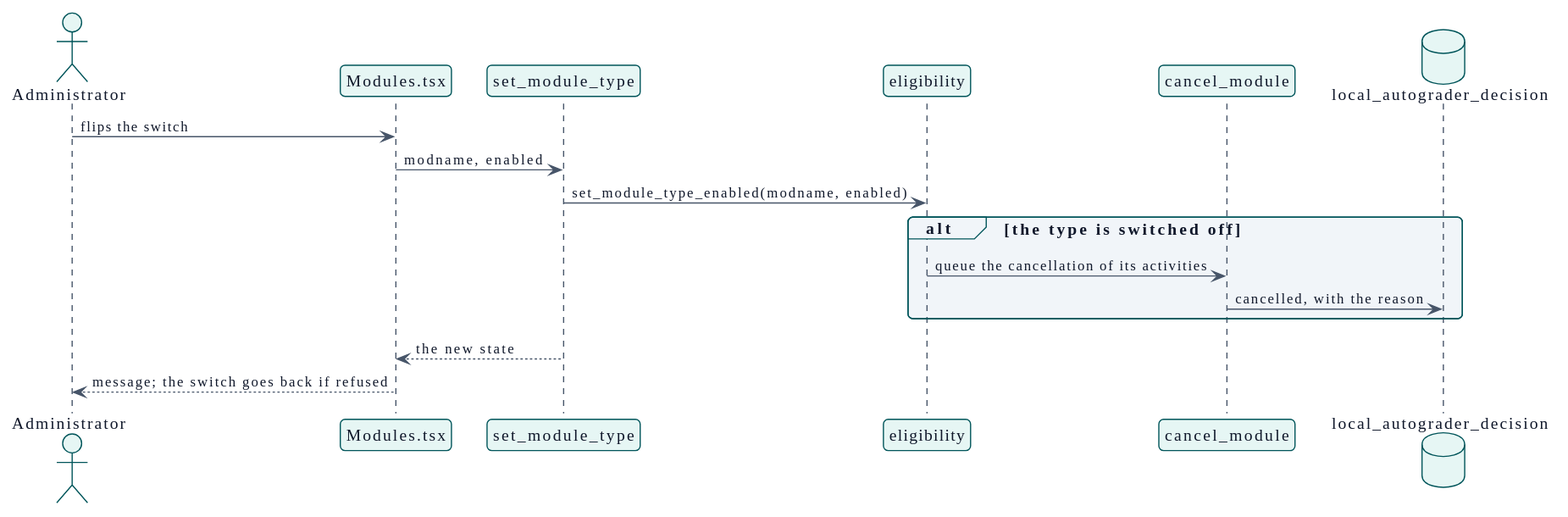
Before: docs/es/technical/design/use-cases/chooseActivityTypes/sequence.svg, a diagram exported from PlantUML (didactika/moodle-local_autograder). Its diagram source:
```plantuml
@startuml
!theme plain
skinparam backgroundColor #FFFFFF
skinparam defaultFontName IBM Plex Sans
skinparam defaultFontSize 14
skinparam defaultFontColor #0F172A
skinparam shadowing false
skinparam packageStyle rectangle
skinparam ArrowFontSize 12
skinparam ClassAttributeIconSize 0
skinparam roundCorner 8
skinparam ArrowColor #475569
skinparam ArrowFontColor #0F172A
skinparam NoteBackgroundColor #FDF3DC
skinparam NoteBorderColor #00555A
skinparam NoteFontColor #0F172A
skinparam class {
  BackgroundColor #E6F6F4
  BorderColor #00555A
  FontColor #0F172A
}
skinparam entity {
  BackgroundColor #E6F6F4
  BorderColor #00555A
  FontColor #0F172A
}
skinparam participant {
  BackgroundColor #E6F6F4
  BorderColor #00555A
  FontColor #0F172A
}
skinparam actor {
  BackgroundColor #E6F6F4
  BorderColor #00555A
  FontColor #0F172A
}
skinparam database {
  BackgroundColor #E6F6F4
  BorderColor #00555A
  FontColor #0F172A
}
skinparam component {
  BackgroundColor #E6F6F4
  BorderColor #00555A
  FontColor #0F172A
}
skinparam node {
  BackgroundColor #E6F6F4
  BorderColor #00555A
  FontColor #0F172A
}
skinparam usecase {
  BackgroundColor #E6F6F4
  BorderColor #00555A
  FontColor #0F172A
}
skinparam interface {
  BackgroundColor #E6F6F4
  BorderColor #00555A
  FontColor #0F172A
}
skinparam state {
  BackgroundColor #E6F6F4
  BorderColor #00555A
  FontColor #0F172A
  StartColor #475569
  EndColor #475569
  ArrowColor #475569
}
skinparam package {
  BackgroundColor #F1F5F9
  BorderColor #00555A
  FontColor #0F172A
}
skinparam sequence {
  LifeLineBorderColor #475569
  LifeLineBackgroundColor #E6F6F4
  ArrowColor #475569
  GroupBorderColor #00555A
  GroupBackgroundColor #F1F5F9
}
skinparam package<<level1>> {
  BackgroundColor #A7DDD5
  BorderColor #00555A
  FontColor #0F172A
}
skinparam package<<level2>> {
  BackgroundColor #C8EEE9
  BorderColor #00555A
  FontColor #0F172A
}
skinparam package<<level3>> {
  BackgroundColor #E6F6F4
  BorderColor #00555A
  FontColor #0F172A
}
skinparam package<<level4>> {
  BackgroundColor #F4FBFA
  BorderColor #00555A
  FontColor #0F172A
}
hide <<level1>> stereotype
hide <<level2>> stereotype
hide <<level3>> stereotype
hide <<level4>> stereotype
skinparam linetype polyline
skinparam responseMessageBelowArrow true

actor "Administrator" as actor
participant "Modules.tsx" as js
participant "set_module_type" as service
participant "eligibility" as eligibility
participant "cancel_module" as task
database "local_autograder_decision" as table

actor -> js : flips the switch
js -> service : modname, enabled
service -> eligibility : set_module_type_enabled(modname, enabled)
alt the type is switched off
  eligibility -> task : queue the cancellation of its activities
  task -> table : cancelled, with the reason
end
service --> js : the new state
js --> actor : message; the switch goes back if refused
@enduml
```
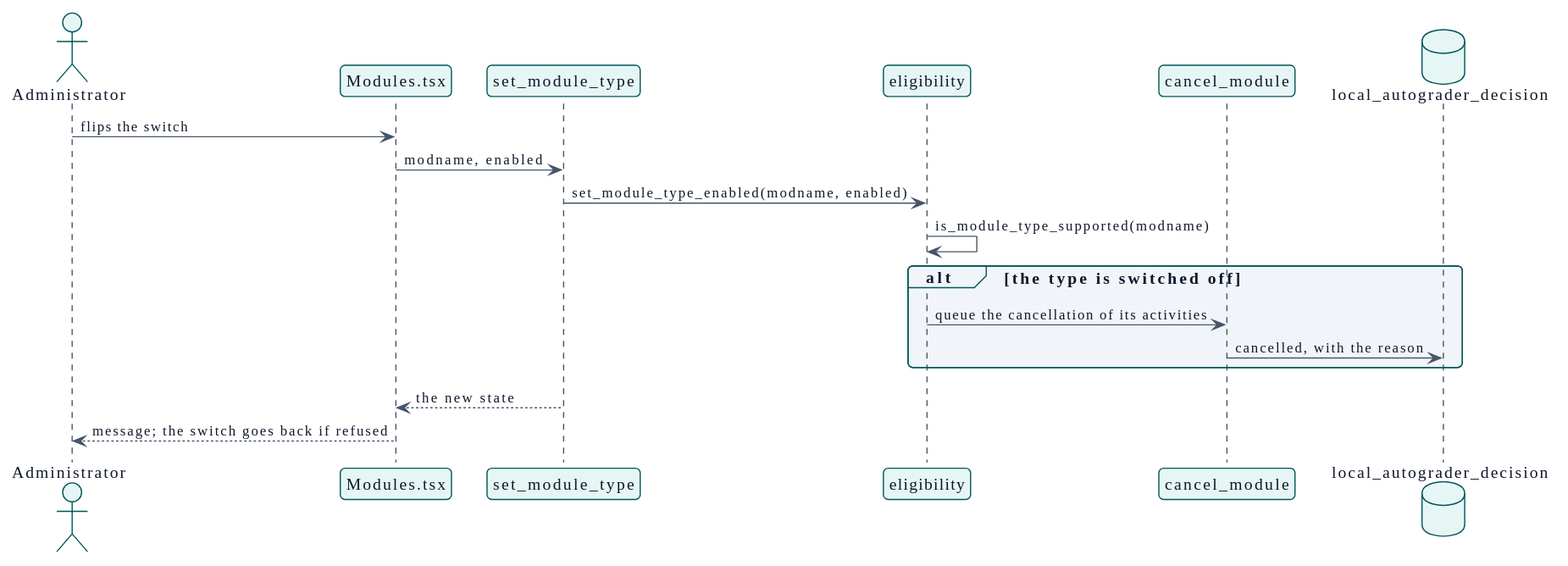
After the change.

The edit, as a diff of the source:
```diff
@@ -116,6 +116,7 @@
 actor -> js : flips the switch
 js -> service : modname, enabled
 service -> eligibility : set_module_type_enabled(modname, enabled)
+eligibility -> eligibility : is_module_type_supported(modname)
 alt the type is switched off
   eligibility -> task : queue the cancellation of its activities
   task -> table : cancelled, with the reason
```
